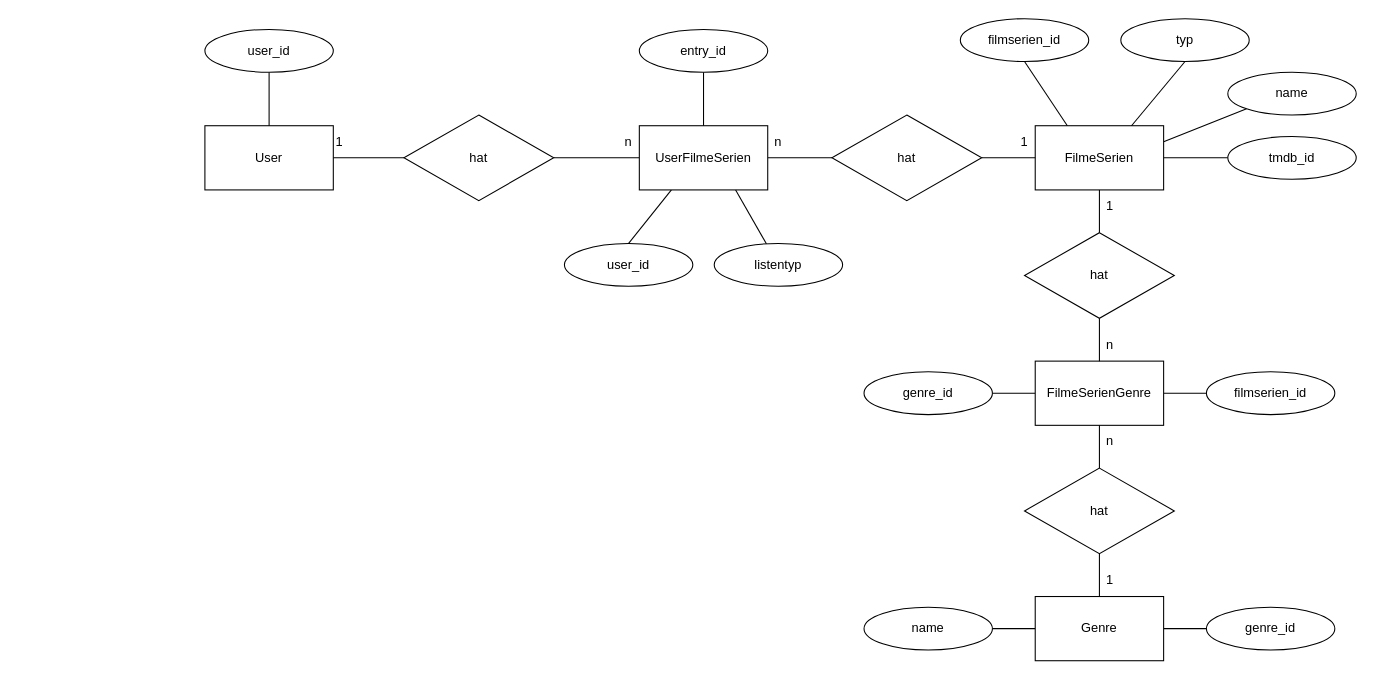
Earlier version of the draw.io diagram erd user listen.drawio (insurqassable/Film-Serien-Tracker). Source tidied: cells renumbered, new cells numbered last; positions are measured from the earlier drawing's top-left corner, leaving out a move shared by most shapes. Both pictures are drawn from the tidied source at 107%, with x=0, y=0 at pixel (204, 18).
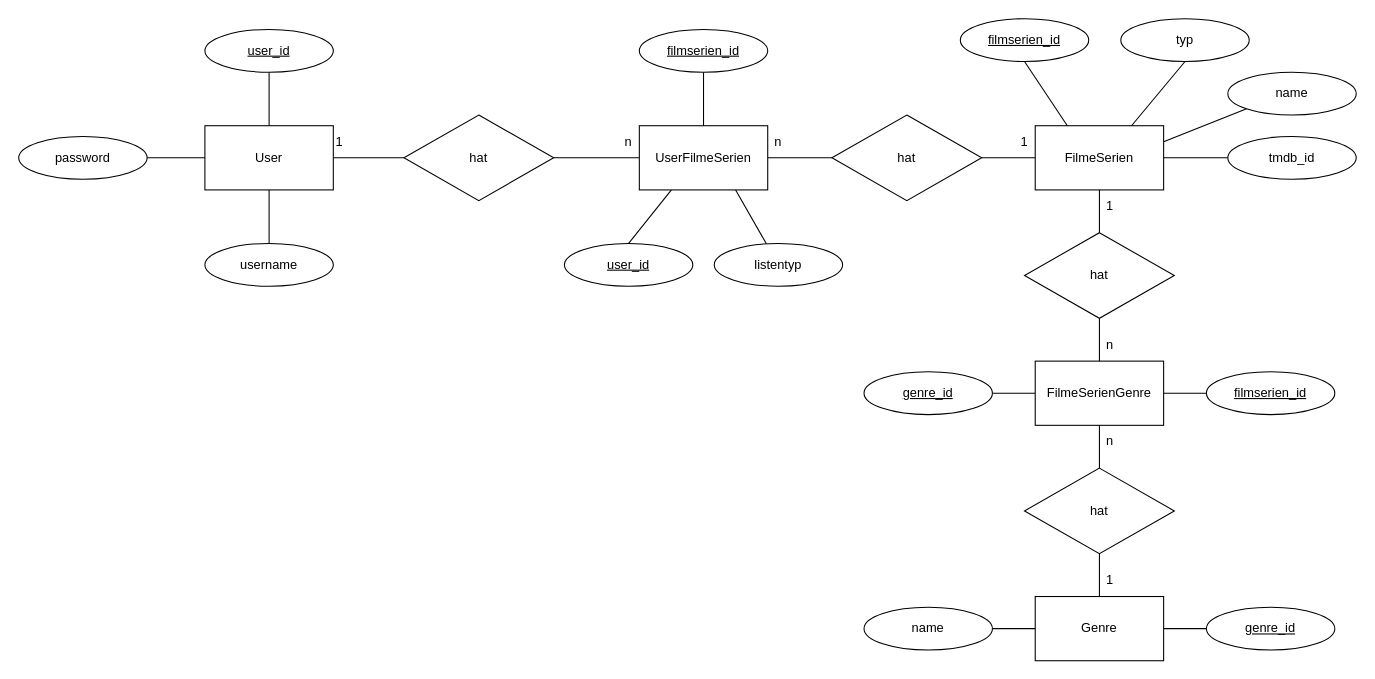
After the change.

Unchanged cells that the change refers to:
```xml
<mxCell id="2" value="User" style="rounded=0;whiteSpace=wrap;html=1;" parent="1" vertex="1">
  <mxGeometry y="100" width="120" height="60" as="geometry" />
</mxCell>
```

Change to the diagram source:
```diff
@@
-    <mxCell id="4" value="user_id" style="ellipse;whiteSpace=wrap;html=1;" parent="1" vertex="1">
+    <mxCell id="4" value="&lt;u&gt;user_id&lt;/u&gt;" style="ellipse;whiteSpace=wrap;html=1;" parent="1" vertex="1">
       <mxGeometry y="10" width="120" height="40" as="geometry" />
     </mxCell>
@@
-    <mxCell id="9" value="filmserien_id" style="ellipse;whiteSpace=wrap;html=1;" parent="1" vertex="1">
+    <mxCell id="9" value="&lt;u&gt;filmserien_id&lt;/u&gt;" style="ellipse;whiteSpace=wrap;html=1;" parent="1" vertex="1">
       <mxGeometry x="706" width="120" height="40" as="geometry" />
     </mxCell>
@@
-    <mxCell id="20" value="user_id" style="ellipse;whiteSpace=wrap;html=1;" parent="1" vertex="1">
+    <mxCell id="20" value="&lt;u&gt;user_id&lt;/u&gt;" style="ellipse;whiteSpace=wrap;html=1;" parent="1" vertex="1">
       <mxGeometry x="336" y="210" width="120" height="40" as="geometry" />
     </mxCell>
@@
-    <mxCell id="22" value="entry_id" style="ellipse;whiteSpace=wrap;html=1;" parent="1" vertex="1">
+    <mxCell id="22" value="&lt;u&gt;filmserien_id&lt;/u&gt;" style="ellipse;whiteSpace=wrap;html=1;" parent="1" vertex="1">
       <mxGeometry x="406" y="10" width="120" height="40" as="geometry" />
     </mxCell>
@@
-    <mxCell id="47" value="filmserien_id" style="ellipse;whiteSpace=wrap;html=1;" parent="1" vertex="1">
+    <mxCell id="47" value="&lt;u&gt;filmserien_id&lt;/u&gt;" style="ellipse;whiteSpace=wrap;html=1;" parent="1" vertex="1">
       <mxGeometry x="936" y="330" width="120" height="40" as="geometry" />
     </mxCell>
-    <mxCell id="48" value="genre_id" style="ellipse;whiteSpace=wrap;html=1;" parent="1" vertex="1">
+    <mxCell id="48" value="&lt;u&gt;genre_id&lt;/u&gt;" style="ellipse;whiteSpace=wrap;html=1;" parent="1" vertex="1">
       <mxGeometry x="936" y="550" width="120" height="40" as="geometry" />
     </mxCell>
-    <mxCell id="49" value="genre_id" style="ellipse;whiteSpace=wrap;html=1;" parent="1" vertex="1">
+    <mxCell id="49" value="&lt;u&gt;genre_id&lt;/u&gt;" style="ellipse;whiteSpace=wrap;html=1;" parent="1" vertex="1">
       <mxGeometry x="616" y="330" width="120" height="40" as="geometry" />
     </mxCell>
@@
+    <mxCell id="51" style="edgeStyle=orthogonalEdgeStyle;rounded=0;jettySize=auto;html=1;entryX=0.5;entryY=1;entryDx=0;entryDy=0;endArrow=none;endFill=0;" parent="1" edge="1" source="52" target="2">
+      <mxGeometry relative="1" as="geometry" />
+    </mxCell>
+    <mxCell id="52" value="username" style="ellipse;whiteSpace=wrap;html=1;" parent="1" vertex="1">
+      <mxGeometry y="210" width="120" height="40" as="geometry" />
+    </mxCell>
+    <mxCell id="53" style="edgeStyle=orthogonalEdgeStyle;rounded=0;jettySize=auto;html=1;exitX=1;exitY=0.5;exitDx=0;exitDy=0;entryX=0;entryY=0.5;entryDx=0;entryDy=0;endArrow=none;endFill=0;" parent="1" edge="1" source="54" target="2">
+      <mxGeometry relative="1" as="geometry" />
+    </mxCell>
+    <mxCell id="54" value="password" style="ellipse;whiteSpace=wrap;html=1;" parent="1" vertex="1">
+      <mxGeometry x="-174" y="110" width="120" height="40" as="geometry" />
+    </mxCell>
```
